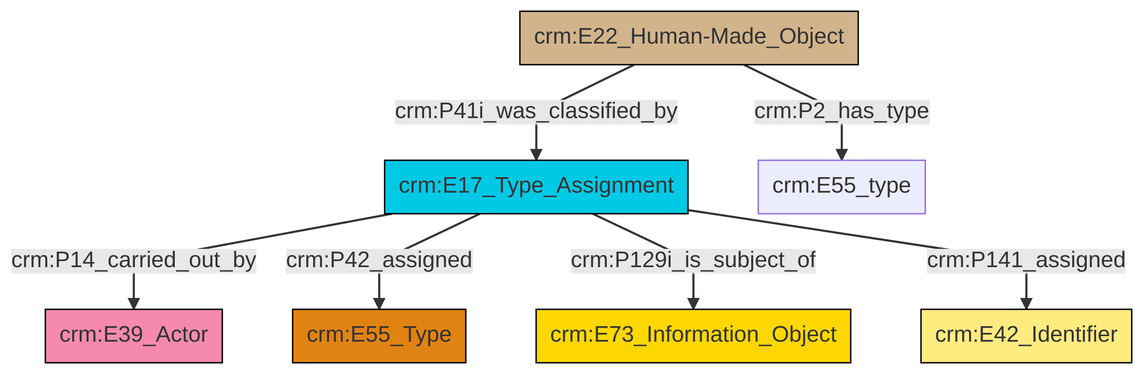
Earlier version of the Mermaid export et/builtWorkCSV/ttl/mmd/png/Built_Work_designation_status.png (swiss-art-research-net/reference-data-models). Its source is kept beside it as et/builtWorkCSV/ttl/mmd/Built_Work_designation_status.ttl.mmd.
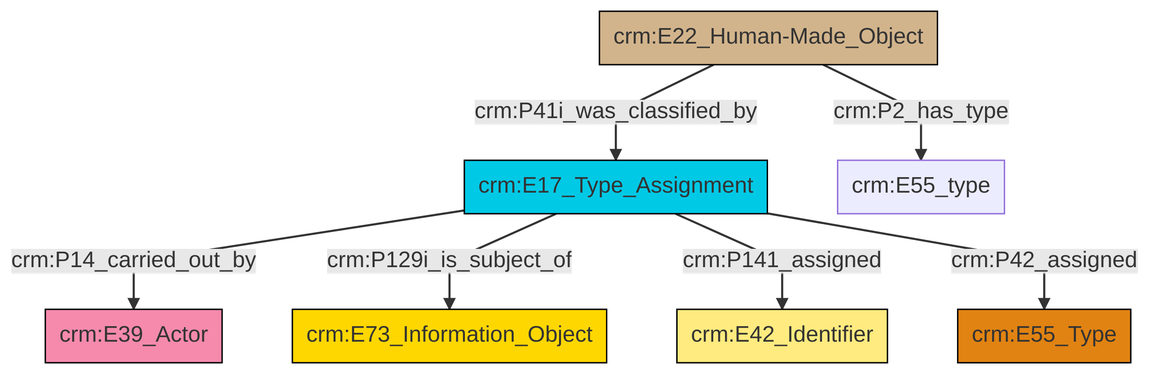
The same diagram one commit later.

The edit, as a diff of the source:
```diff
@@ -13,9 +13,9 @@
 classDef PC_Classes fill:#4ce600, stroke:#000000;
 classDef Multi fill:#cccccc,stroke:#000000;
 
-2["crm:E17_Type_Assignment"]:::Temporal_Entity -->|crm:P14_carried_out_by| 0["crm:E39_Actor"]:::Actor
-2["crm:E17_Type_Assignment"]:::Temporal_Entity -->|crm:P42_assigned| 5["crm:E55_Type"]:::Type
-3["crm:E22_Human-Made_Object"]:::Physical_Thing -->|crm:P41i_was_classified_by| 2["crm:E17_Type_Assignment"]:::Temporal_Entity
-2["crm:E17_Type_Assignment"]:::Temporal_Entity -->|crm:P129i_is_subject_of| 7["crm:E73_Information_Object"]:::Conceptual_Object
-3["crm:E22_Human-Made_Object"]:::Physical_Thing -->|crm:P2_has_type| 9["crm:E55_type"]:::Default
-2["crm:E17_Type_Assignment"]:::Temporal_Entity -->|crm:P141_assigned| 12["crm:E42_Identifier"]:::Appellation
+0["crm:E22_Human-Made_Object"]:::Physical_Thing -->|crm:P41i_was_classified_by| 1["crm:E17_Type_Assignment"]:::Temporal_Entity
+1["crm:E17_Type_Assignment"]:::Temporal_Entity -->|crm:P14_carried_out_by| 2["crm:E39_Actor"]:::Actor
+1["crm:E17_Type_Assignment"]:::Temporal_Entity -->|crm:P129i_is_subject_of| 8["crm:E73_Information_Object"]:::Conceptual_Object
+1["crm:E17_Type_Assignment"]:::Temporal_Entity -->|crm:P141_assigned| 9["crm:E42_Identifier"]:::Appellation
+0["crm:E22_Human-Made_Object"]:::Physical_Thing -->|crm:P2_has_type| 3["crm:E55_type"]:::Default
+1["crm:E17_Type_Assignment"]:::Temporal_Entity -->|crm:P42_assigned| 6["crm:E55_Type"]:::Type
```
